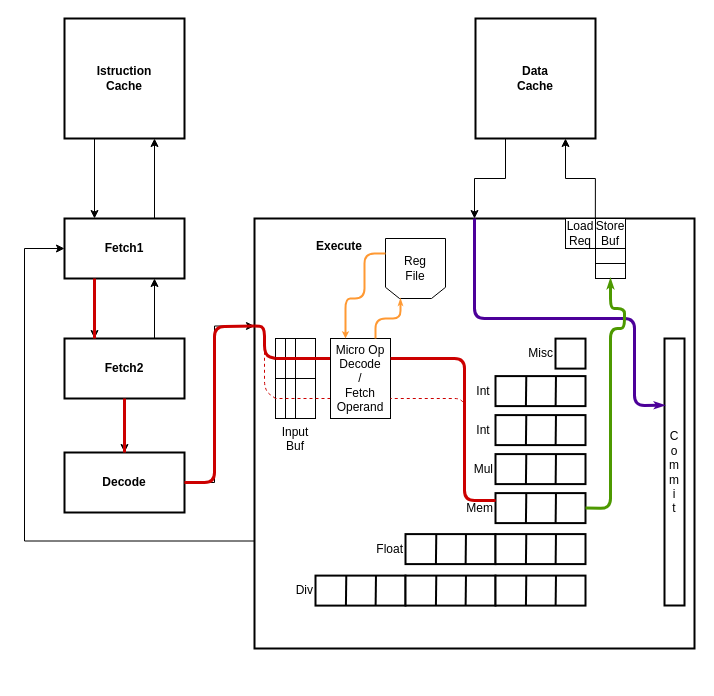
Earlier version of the draw.io diagram Diagrammi/MinorArmStoreOp.drawio (The90Frank/MinorArmAnalyzer). Source tidied: cells renumbered, new cells numbered last; positions are measured from the earlier drawing's top-left corner, leaving out a move shared by most shapes. Both pictures are drawn from the tidied source at 100%, with x=0, y=0 at pixel (24, 18).
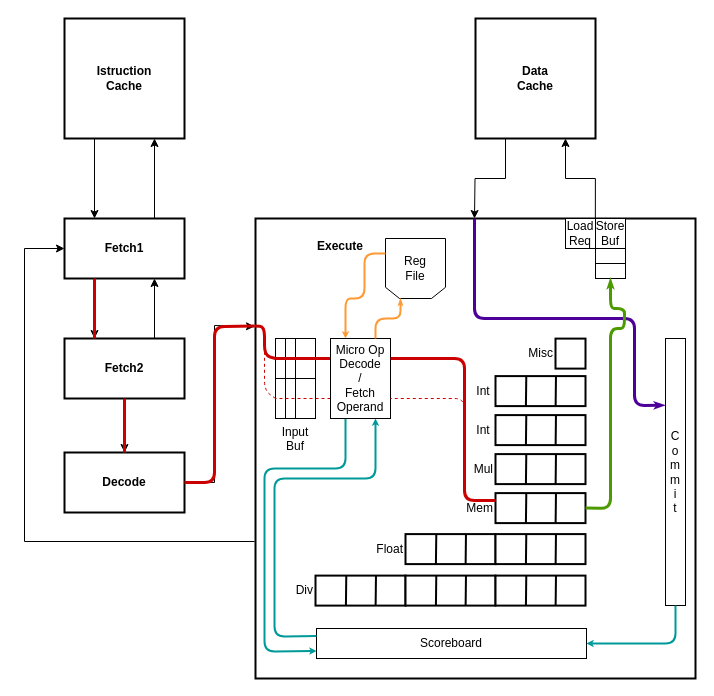
The same page after the edit.

Unchanged cells that the change refers to:
```xml
<mxCell id="6" value="Fetch1" style="rounded=0;whiteSpace=wrap;html=1;fontStyle=1;strokeWidth=2;" parent="1" vertex="1">
  <mxGeometry x="40" y="200" width="120" height="60" as="geometry" />
</mxCell>
<mxCell id="11" value="&lt;span&gt;Decode&lt;/span&gt;" style="rounded=0;whiteSpace=wrap;html=1;fontStyle=1;strokeWidth=2;" parent="1" vertex="1">
  <mxGeometry x="40" y="434" width="120" height="60" as="geometry" />
</mxCell>
<mxCell id="16" value="Data&lt;br&gt;Cache" style="rounded=0;whiteSpace=wrap;html=1;fontStyle=1;strokeWidth=2;" parent="1" vertex="1">
  <mxGeometry x="451" width="120" height="120" as="geometry" />
</mxCell>
<mxCell id="47" value="Input Buf" style="rounded=0;whiteSpace=wrap;html=1;align=center;labelPosition=center;verticalLabelPosition=bottom;verticalAlign=top;" parent="1" vertex="1">
  <mxGeometry x="251" y="320" width="40" height="80" as="geometry" />
</mxCell>
```

The edit, as a diff of the source:
```diff
@@
+    <mxCell id="14" value="&amp;nbsp; &amp;nbsp; &amp;nbsp; &amp;nbsp; &amp;nbsp; &lt;br&gt;&amp;nbsp; &amp;nbsp; &amp;nbsp; &amp;nbsp; &amp;nbsp; &amp;nbsp; &amp;nbsp; &amp;nbsp; &amp;nbsp; &lt;b&gt;Execute&lt;/b&gt;" style="rounded=0;whiteSpace=wrap;html=1;verticalAlign=top;labelPosition=center;verticalLabelPosition=middle;align=left;strokeWidth=2;" parent="1" vertex="1">
+      <mxGeometry x="231" y="200" width="440" height="460" as="geometry" />
+    </mxCell>
+    <mxCell id="52" value="C&lt;br&gt;o&lt;br&gt;m&lt;br&gt;m&lt;br&gt;i&lt;br&gt;t" style="rounded=0;whiteSpace=wrap;html=1;align=center;strokeWidth=1;" parent="1" vertex="1">
+      <mxGeometry x="641" y="320" width="20" height="267" as="geometry" />
+    </mxCell>
+    <mxCell id="71" value="Scoreboard" style="rounded=0;whiteSpace=wrap;html=1;strokeWidth=1;" parent="1" vertex="1">
+      <mxGeometry x="292" y="610" width="270" height="30" as="geometry" />
+    </mxCell>
+    <mxCell id="72" style="endArrow=classic;html=1;strokeColor=#009999;entryX=0;entryY=0.75;entryDx=0;entryDy=0;exitX=0.25;exitY=1;exitDx=0;exitDy=0;strokeWidth=2;startSize=3;endSize=1;" parent="1" edge="1" target="71">
+      <mxGeometry relative="1" as="geometry">
+        <mxPoint x="321" y="400" as="sourcePoint" />
+        <Array as="points">
+          <mxPoint x="321" y="450" />
+          <mxPoint x="240" y="450" />
+          <mxPoint x="240" y="633" />
+        </Array>
+      </mxGeometry>
+    </mxCell>
+    <mxCell id="73" style="endArrow=classic;html=1;strokeColor=#009999;entryX=0.75;entryY=1;entryDx=0;entryDy=0;exitX=0;exitY=0.25;exitDx=0;exitDy=0;strokeWidth=2;startSize=3;endSize=1;" parent="1" edge="1" source="71">
+      <mxGeometry relative="1" as="geometry">
+        <mxPoint x="351" y="400" as="targetPoint" />
+        <Array as="points">
+          <mxPoint x="250" y="618" />
+          <mxPoint x="250" y="460" />
+          <mxPoint x="351" y="460" />
+        </Array>
+      </mxGeometry>
+    </mxCell>
+    <mxCell id="74" style="endArrow=classic;html=1;strokeColor=#009999;entryX=1;entryY=0.5;entryDx=0;entryDy=0;exitX=0.5;exitY=1;exitDx=0;exitDy=0;strokeWidth=2;startSize=3;endSize=1;" parent="1" edge="1" source="52" target="71">
+      <mxGeometry relative="1" as="geometry">
+        <Array as="points">
+          <mxPoint x="651" y="625" />
+        </Array>
+      </mxGeometry>
+    </mxCell>
@@
-    <mxCell id="10" style="edgeStyle=orthogonalEdgeStyle;rounded=0;jettySize=auto;html=1;exitX=1;exitY=0.5;exitDx=0;exitDy=0;entryX=0;entryY=0.25;entryDx=0;entryDy=0;" parent="1" edge="1" source="11" target="14">
+    <mxCell id="10" style="edgeStyle=orthogonalEdgeStyle;rounded=0;jettySize=auto;html=1;exitX=1;exitY=0.5;exitDx=0;exitDy=0;entryX=0;entryY=0.25;entryDx=0;entryDy=0;" parent="1" edge="1" source="11">
       <mxGeometry relative="1" as="geometry">
+        <mxPoint x="230" y="308" as="targetPoint" />
         <Array as="points">
           <mxPoint x="190" y="464" />
           <mxPoint x="190" y="307" />
         </Array>
       </mxGeometry>
     </mxCell>
@@
-    <mxCell id="13" style="edgeStyle=orthogonalEdgeStyle;rounded=0;jettySize=auto;html=1;entryX=0;entryY=0.5;entryDx=0;entryDy=0;exitX=0;exitY=0.75;exitDx=0;exitDy=0;" parent="1" edge="1" source="14" target="6">
+    <mxCell id="13" style="edgeStyle=orthogonalEdgeStyle;rounded=0;jettySize=auto;html=1;entryX=0;entryY=0.5;entryDx=0;entryDy=0;exitX=0;exitY=0.75;exitDx=0;exitDy=0;" parent="1" edge="1" target="6">
       <mxGeometry relative="1" as="geometry">
+        <mxPoint x="230" y="523" as="sourcePoint" />
         <Array as="points">
           <mxPoint y="523" />
           <mxPoint y="230" />
         </Array>
       </mxGeometry>
     </mxCell>
-    <mxCell id="14" value="&amp;nbsp; &amp;nbsp; &amp;nbsp; &amp;nbsp; &amp;nbsp; &lt;br&gt;&amp;nbsp; &amp;nbsp; &amp;nbsp; &amp;nbsp; &amp;nbsp; &amp;nbsp; &amp;nbsp; &amp;nbsp; &amp;nbsp; &lt;b&gt;Execute&lt;/b&gt;" style="rounded=0;whiteSpace=wrap;html=1;verticalAlign=top;labelPosition=center;verticalLabelPosition=middle;align=left;strokeWidth=2;" parent="1" vertex="1">
-      <mxGeometry x="230" y="200" width="440" height="430" as="geometry" />
-    </mxCell>
-    <mxCell id="15" style="edgeStyle=orthogonalEdgeStyle;rounded=0;jettySize=auto;html=1;exitX=0.25;exitY=1;exitDx=0;exitDy=0;entryX=0.5;entryY=0;entryDx=0;entryDy=0;" parent="1" edge="1" source="16" target="14">
-      <mxGeometry relative="1" as="geometry" />
+    <mxCell id="15" style="edgeStyle=orthogonalEdgeStyle;rounded=0;jettySize=auto;html=1;exitX=0.25;exitY=1;exitDx=0;exitDy=0;entryX=0.5;entryY=0;entryDx=0;entryDy=0;" parent="1" edge="1" source="16">
+      <mxGeometry relative="1" as="geometry">
+        <mxPoint x="450" y="200" as="targetPoint" />
+      </mxGeometry>
     </mxCell>
@@
-    <mxCell id="52" value="C&lt;br&gt;o&lt;br&gt;m&lt;br&gt;m&lt;br&gt;i&lt;br&gt;t" style="rounded=0;whiteSpace=wrap;html=1;align=center;strokeWidth=2;" parent="1" vertex="1">
-      <mxGeometry x="640" y="320" width="20" height="267" as="geometry" />
-    </mxCell>
@@
-    <mxCell id="55" style="endArrow=none;html=1;strokeColor=#CC0000;strokeWidth=3;entryX=1;entryY=0.5;entryDx=0;entryDy=0;exitX=0;exitY=0.25;exitDx=0;exitDy=0;" parent="1" edge="1" source="14" target="11">
+    <mxCell id="55" style="endArrow=none;html=1;strokeColor=#CC0000;strokeWidth=3;entryX=1;entryY=0.5;entryDx=0;entryDy=0;exitX=0;exitY=0.25;exitDx=0;exitDy=0;" parent="1" edge="1" target="11">
       <mxGeometry relative="1" as="geometry">
+        <mxPoint x="230" y="307.5" as="sourcePoint" />
         <Array as="points">
           <mxPoint x="190" y="308" />
           <mxPoint x="190" y="464" />
         </Array>
       </mxGeometry>
     </mxCell>
-    <mxCell id="56" style="endArrow=none;html=1;strokeColor=#CC0000;strokeWidth=3;entryX=0;entryY=0.25;entryDx=0;entryDy=0;exitX=0;exitY=0.25;exitDx=0;exitDy=0;" parent="1" edge="1" source="47" target="14">
+    <mxCell id="56" style="endArrow=none;html=1;strokeColor=#CC0000;strokeWidth=3;entryX=0;entryY=0.25;entryDx=0;entryDy=0;exitX=0;exitY=0.25;exitDx=0;exitDy=0;" parent="1" edge="1" source="47">
       <mxGeometry relative="1" as="geometry">
+        <mxPoint x="230" y="307.5" as="targetPoint" />
         <Array as="points">
           <mxPoint x="240" y="337" />
           <mxPoint x="240" y="308" />
         </Array>
       </mxGeometry>
     </mxCell>
@@
-    <mxCell id="68" style="endArrow=classicThin;html=1;strokeColor=#4C0099;strokeWidth=3;endSize=1;startSize=1;endFill=1;entryX=0;entryY=0.25;entryDx=0;entryDy=0;exitX=0.5;exitY=0;exitDx=0;exitDy=0;" parent="1" edge="1" source="14" target="52">
+    <mxCell id="68" style="endArrow=classicThin;html=1;strokeColor=#4C0099;strokeWidth=3;endSize=1;startSize=1;endFill=1;entryX=0;entryY=0.25;entryDx=0;entryDy=0;exitX=0.5;exitY=0;exitDx=0;exitDy=0;" parent="1" edge="1">
       <mxGeometry relative="1" as="geometry">
+        <mxPoint x="450" y="200" as="sourcePoint" />
+        <mxPoint x="640" y="386.8" as="targetPoint" />
         <Array as="points">
           <mxPoint x="450" y="230" />
           <mxPoint x="450" y="300" />
           <mxPoint x="610" y="300" />
           <mxPoint x="610" y="387" />
         </Array>
       </mxGeometry>
     </mxCell>
```
